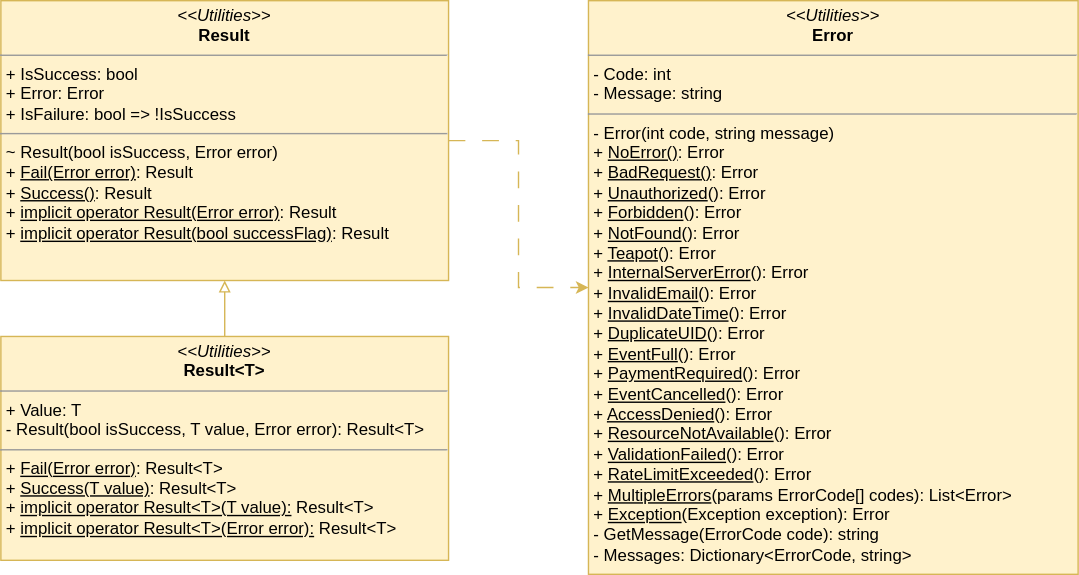
This is Docs/Assignment3/Domain_model_Operation_Result.svg from fonCki/ViaEventAssociation, a draw.io export, as it was before one commit. Source tidied: cells renumbered, new cells last; positions are measured from the earlier drawing's top-left corner, leaving out a move shared by most shapes. Its diagram source:
```xml
<mxGraphModel>
  <root>
    <mxCell id="0" />
    <mxCell id="1" parent="0" />
    <mxCell id="2" style="edgeStyle=orthogonalEdgeStyle;rounded=0;jettySize=auto;html=1;entryX=0;entryY=0.5;entryDx=0;entryDy=0;dashed=1;dashPattern=12 12;fillColor=#fff2cc;strokeColor=#d6b656;" parent="1" edge="1" source="3" target="4">
      <mxGeometry relative="1" as="geometry" />
    </mxCell>
    <mxCell id="3" value="&lt;p style=&quot;margin:0px;margin-top:4px;text-align:center;&quot;&gt;&lt;i&gt;&amp;lt;&amp;lt;Utilities&amp;gt;&amp;gt;&lt;/i&gt;&lt;br&gt;&lt;b&gt;Result&lt;/b&gt;&lt;/p&gt;&lt;hr size=&quot;1&quot;&gt;&lt;p style=&quot;margin:0px;margin-left:4px;&quot;&gt;+ IsSuccess: bool&lt;/p&gt;&lt;p style=&quot;margin:0px;margin-left:4px;&quot;&gt;+ Error: Error&lt;/p&gt;&lt;p style=&quot;margin:0px;margin-left:4px;&quot;&gt;+ IsFailure: bool =&amp;gt; !IsSuccess&lt;span style=&quot;background-color: initial;&quot;&gt;&amp;nbsp; &amp;nbsp; &amp;nbsp;&lt;/span&gt;&lt;/p&gt;&lt;hr size=&quot;1&quot;&gt;&lt;p style=&quot;margin:0px;margin-left:4px;&quot;&gt;~ Result(bool isSuccess, Error error)&lt;/p&gt;&lt;p style=&quot;margin:0px;margin-left:4px;&quot;&gt;+ &lt;u&gt;Fail(Error error)&lt;/u&gt;: Result&lt;/p&gt;&lt;p style=&quot;margin:0px;margin-left:4px;&quot;&gt;+ &lt;u&gt;Success()&lt;/u&gt;: Result&lt;/p&gt;&lt;p style=&quot;margin:0px;margin-left:4px;&quot;&gt;+ &lt;u&gt;implicit operator Result(Error error)&lt;/u&gt;: Result&lt;/p&gt;&lt;p style=&quot;margin:0px;margin-left:4px;&quot;&gt;+ &lt;u&gt;implicit operator Result(bool successFlag)&lt;/u&gt;: Result&lt;/p&gt;" style="verticalAlign=top;align=left;overflow=fill;html=1;whiteSpace=wrap;fillColor=#fff2cc;strokeColor=#d6b656;" parent="1" vertex="1">
      <mxGeometry width="320" height="200" as="geometry" />
    </mxCell>
    <mxCell id="4" value="&lt;p style=&quot;margin:0px;margin-top:4px;text-align:center;&quot;&gt;&lt;i&gt;&amp;lt;&amp;lt;Utilities&amp;gt;&amp;gt;&lt;/i&gt;&lt;br&gt;&lt;b&gt;Error&lt;/b&gt;&lt;/p&gt;&lt;hr size=&quot;1&quot;&gt;&lt;p style=&quot;margin:0px;margin-left:4px;&quot;&gt;- Code: int&amp;nbsp; &amp;nbsp; &amp;nbsp; &amp;nbsp; &amp;nbsp; &amp;nbsp; &amp;nbsp; &amp;nbsp; &amp;nbsp; &amp;nbsp; &amp;nbsp; &amp;nbsp; &amp;nbsp; &amp;nbsp; &amp;nbsp; &amp;nbsp; &amp;nbsp; &amp;nbsp;&lt;/p&gt;&lt;p style=&quot;margin:0px;margin-left:4px;&quot;&gt;- Message: string&amp;nbsp; &amp;nbsp; &amp;nbsp;&lt;/p&gt;&lt;hr size=&quot;1&quot;&gt;&lt;p style=&quot;margin:0px;margin-left:4px;&quot;&gt;- Error(int code, string message)&lt;br&gt;&lt;/p&gt;&lt;p style=&quot;margin:0px;margin-left:4px;&quot;&gt;+ &lt;u&gt;NoError()&lt;/u&gt;: Error&lt;/p&gt;&lt;p style=&quot;margin:0px;margin-left:4px;&quot;&gt;+ &lt;u&gt;BadRequest()&lt;/u&gt;: Error&lt;/p&gt;&lt;p style=&quot;margin:0px;margin-left:4px;&quot;&gt;+ &lt;u&gt;Unauthorized&lt;/u&gt;(): Error&lt;/p&gt;&lt;p style=&quot;margin:0px;margin-left:4px;&quot;&gt;+ &lt;u&gt;Forbidden&lt;/u&gt;(): Error&lt;/p&gt;&lt;p style=&quot;margin:0px;margin-left:4px;&quot;&gt;+ &lt;u&gt;NotFound&lt;/u&gt;(): Error&lt;/p&gt;&lt;p style=&quot;margin:0px;margin-left:4px;&quot;&gt;+ &lt;u&gt;Teapot&lt;/u&gt;(): Error&lt;/p&gt;&lt;p style=&quot;margin:0px;margin-left:4px;&quot;&gt;+ &lt;u&gt;InternalServerError&lt;/u&gt;(): Error&lt;/p&gt;&lt;p style=&quot;margin:0px;margin-left:4px;&quot;&gt;+ &lt;u&gt;InvalidEmail&lt;/u&gt;(): Error&lt;/p&gt;&lt;p style=&quot;margin:0px;margin-left:4px;&quot;&gt;+ &lt;u&gt;InvalidDateTime&lt;/u&gt;(): Error&lt;/p&gt;&lt;p style=&quot;margin:0px;margin-left:4px;&quot;&gt;+ &lt;u&gt;DuplicateUID&lt;/u&gt;(): Error&lt;/p&gt;&lt;p style=&quot;margin:0px;margin-left:4px;&quot;&gt;+ &lt;u&gt;EventFull&lt;/u&gt;(): Error&lt;/p&gt;&lt;p style=&quot;margin:0px;margin-left:4px;&quot;&gt;+ &lt;u&gt;PaymentRequired&lt;/u&gt;(): Error&lt;/p&gt;&lt;p style=&quot;margin:0px;margin-left:4px;&quot;&gt;+ &lt;u&gt;EventCancelled&lt;/u&gt;(): Error&lt;/p&gt;&lt;p style=&quot;margin:0px;margin-left:4px;&quot;&gt;+ &lt;u&gt;AccessDenied&lt;/u&gt;(): Error&lt;/p&gt;&lt;p style=&quot;margin:0px;margin-left:4px;&quot;&gt;+ &lt;u&gt;ResourceNotAvailable&lt;/u&gt;(): Error&lt;/p&gt;&lt;p style=&quot;margin:0px;margin-left:4px;&quot;&gt;+ &lt;u&gt;ValidationFailed&lt;/u&gt;(): Error&lt;/p&gt;&lt;p style=&quot;margin:0px;margin-left:4px;&quot;&gt;+ &lt;u&gt;RateLimitExceeded&lt;/u&gt;(): Error&lt;/p&gt;&lt;p style=&quot;margin:0px;margin-left:4px;&quot;&gt;+ &lt;u&gt;MultipleErrors&lt;/u&gt;(params ErrorCode[] codes): List&amp;lt;Error&amp;gt;&lt;/p&gt;&lt;p style=&quot;margin:0px;margin-left:4px;&quot;&gt;+ &lt;u&gt;Exception&lt;/u&gt;(Exception exception): Error&lt;/p&gt;&lt;p style=&quot;margin:0px;margin-left:4px;&quot;&gt;- GetMessage(ErrorCode code): string&lt;/p&gt;&lt;p style=&quot;margin:0px;margin-left:4px;&quot;&gt;- Messages: Dictionary&amp;lt;ErrorCode, string&amp;gt;&lt;/p&gt;&lt;div&gt;&lt;br&gt;&lt;/div&gt;&lt;div&gt;&lt;br&gt;&lt;/div&gt;" style="verticalAlign=top;align=left;overflow=fill;html=1;whiteSpace=wrap;fillColor=#fff2cc;strokeColor=#d6b656;" parent="1" vertex="1">
      <mxGeometry x="420" width="350" height="410" as="geometry" />
    </mxCell>
    <mxCell id="5" style="edgeStyle=orthogonalEdgeStyle;rounded=0;jettySize=auto;html=1;endArrow=block;endFill=0;fillColor=#fff2cc;strokeColor=#d6b656;" parent="1" edge="1" source="6" target="3">
      <mxGeometry relative="1" as="geometry" />
    </mxCell>
    <mxCell id="6" value="&lt;p style=&quot;margin:0px;margin-top:4px;text-align:center;&quot;&gt;&lt;i style=&quot;border-color: var(--border-color);&quot;&gt;&amp;lt;&amp;lt;Utilities&amp;gt;&amp;gt;&lt;/i&gt;&lt;br&gt;&lt;b&gt;Result&amp;lt;T&amp;gt;&lt;/b&gt;&lt;/p&gt;&lt;hr size=&quot;1&quot;&gt;&lt;p style=&quot;margin:0px;margin-left:4px;&quot;&gt;+ Value: T&lt;/p&gt;&lt;p style=&quot;margin:0px;margin-left:4px;&quot;&gt;- Result(bool isSuccess, T value, Error error): Result&amp;lt;T&amp;gt;&lt;/p&gt;&lt;hr size=&quot;1&quot;&gt;&lt;p style=&quot;margin:0px;margin-left:4px;&quot;&gt;+ &lt;u&gt;Fail(Error error)&lt;/u&gt;: Result&amp;lt;T&amp;gt;&lt;/p&gt;&lt;p style=&quot;margin:0px;margin-left:4px;&quot;&gt;+ &lt;u&gt;Success(T value)&lt;/u&gt;: Result&amp;lt;T&amp;gt;&lt;/p&gt;&lt;p style=&quot;margin:0px;margin-left:4px;&quot;&gt;+ &lt;u&gt;implicit operator Result&amp;lt;T&amp;gt;(T value):&lt;/u&gt; Result&amp;lt;T&amp;gt;&lt;/p&gt;&lt;p style=&quot;margin:0px;margin-left:4px;&quot;&gt;+ &lt;u&gt;implicit operator Result&amp;lt;T&amp;gt;(Error error):&lt;/u&gt; Result&amp;lt;T&amp;gt;&lt;/p&gt;" style="verticalAlign=top;align=left;overflow=fill;html=1;whiteSpace=wrap;fillColor=#fff2cc;strokeColor=#d6b656;" parent="1" vertex="1">
      <mxGeometry y="240" width="320" height="160" as="geometry" />
    </mxCell>
  </root>
</mxGraphModel>
```
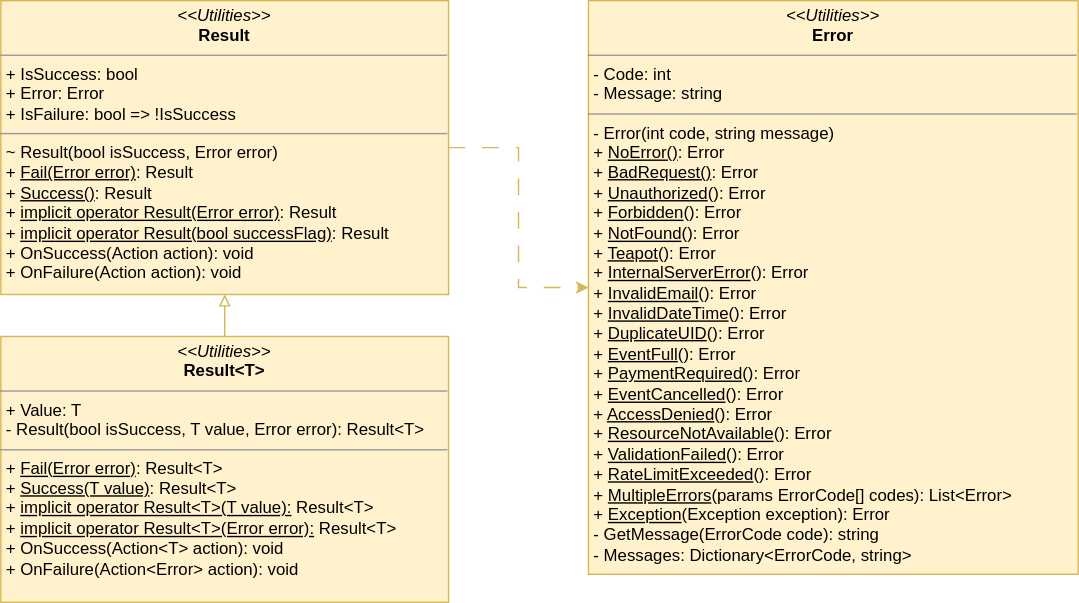
The same file after the commit.

Commit message:
Update test ID and domain model SVG file

The test ID in UnitTestSession configuration was rearranged for better structure. This could help with querying and managing tests. In addition, modifications were made to the Domain_model_Operation_Result SVG file under Assignment 3 docs, though the exact changes detail isn't evident from the diff.

Took 3 minutes

Diff of the diagram source:
```diff
@@ -5,8 +5,8 @@
     <mxCell id="2" style="edgeStyle=orthogonalEdgeStyle;rounded=0;jettySize=auto;html=1;entryX=0;entryY=0.5;entryDx=0;entryDy=0;dashed=1;dashPattern=12 12;fillColor=#fff2cc;strokeColor=#d6b656;" parent="1" edge="1" source="3" target="4">
       <mxGeometry relative="1" as="geometry" />
     </mxCell>
-    <mxCell id="3" value="&lt;p style=&quot;margin:0px;margin-top:4px;text-align:center;&quot;&gt;&lt;i&gt;&amp;lt;&amp;lt;Utilities&amp;gt;&amp;gt;&lt;/i&gt;&lt;br&gt;&lt;b&gt;Result&lt;/b&gt;&lt;/p&gt;&lt;hr size=&quot;1&quot;&gt;&lt;p style=&quot;margin:0px;margin-left:4px;&quot;&gt;+ IsSuccess: bool&lt;/p&gt;&lt;p style=&quot;margin:0px;margin-left:4px;&quot;&gt;+ Error: Error&lt;/p&gt;&lt;p style=&quot;margin:0px;margin-left:4px;&quot;&gt;+ IsFailure: bool =&amp;gt; !IsSuccess&lt;span style=&quot;background-color: initial;&quot;&gt;&amp;nbsp; &amp;nbsp; &amp;nbsp;&lt;/span&gt;&lt;/p&gt;&lt;hr size=&quot;1&quot;&gt;&lt;p style=&quot;margin:0px;margin-left:4px;&quot;&gt;~ Result(bool isSuccess, Error error)&lt;/p&gt;&lt;p style=&quot;margin:0px;margin-left:4px;&quot;&gt;+ &lt;u&gt;Fail(Error error)&lt;/u&gt;: Result&lt;/p&gt;&lt;p style=&quot;margin:0px;margin-left:4px;&quot;&gt;+ &lt;u&gt;Success()&lt;/u&gt;: Result&lt;/p&gt;&lt;p style=&quot;margin:0px;margin-left:4px;&quot;&gt;+ &lt;u&gt;implicit operator Result(Error error)&lt;/u&gt;: Result&lt;/p&gt;&lt;p style=&quot;margin:0px;margin-left:4px;&quot;&gt;+ &lt;u&gt;implicit operator Result(bool successFlag)&lt;/u&gt;: Result&lt;/p&gt;" style="verticalAlign=top;align=left;overflow=fill;html=1;whiteSpace=wrap;fillColor=#fff2cc;strokeColor=#d6b656;" parent="1" vertex="1">
-      <mxGeometry width="320" height="200" as="geometry" />
+    <mxCell id="3" value="&lt;p style=&quot;margin:0px;margin-top:4px;text-align:center;&quot;&gt;&lt;i&gt;&amp;lt;&amp;lt;Utilities&amp;gt;&amp;gt;&lt;/i&gt;&lt;br&gt;&lt;b&gt;Result&lt;/b&gt;&lt;/p&gt;&lt;hr size=&quot;1&quot;&gt;&lt;p style=&quot;margin:0px;margin-left:4px;&quot;&gt;+ IsSuccess: bool&lt;/p&gt;&lt;p style=&quot;margin:0px;margin-left:4px;&quot;&gt;+ Error: Error&lt;/p&gt;&lt;p style=&quot;margin:0px;margin-left:4px;&quot;&gt;+ IsFailure: bool =&amp;gt; !IsSuccess&lt;span style=&quot;background-color: initial;&quot;&gt;&amp;nbsp; &amp;nbsp; &amp;nbsp;&lt;/span&gt;&lt;/p&gt;&lt;hr size=&quot;1&quot;&gt;&lt;p style=&quot;margin:0px;margin-left:4px;&quot;&gt;~ Result(bool isSuccess, Error error)&lt;/p&gt;&lt;p style=&quot;margin:0px;margin-left:4px;&quot;&gt;+ &lt;u&gt;Fail(Error error)&lt;/u&gt;: Result&lt;/p&gt;&lt;p style=&quot;margin:0px;margin-left:4px;&quot;&gt;+ &lt;u&gt;Success()&lt;/u&gt;: Result&lt;/p&gt;&lt;p style=&quot;margin:0px;margin-left:4px;&quot;&gt;+ &lt;u&gt;implicit operator Result(Error error)&lt;/u&gt;: Result&lt;/p&gt;&lt;p style=&quot;margin:0px;margin-left:4px;&quot;&gt;+ &lt;u&gt;implicit operator Result(bool successFlag)&lt;/u&gt;: Result&lt;/p&gt;&lt;p style=&quot;margin:0px;margin-left:4px;&quot;&gt;+ OnSuccess(Action action): void&lt;/p&gt;&lt;p style=&quot;margin:0px;margin-left:4px;&quot;&gt;+ OnFailure(Action action): void&lt;/p&gt;" style="verticalAlign=top;align=left;overflow=fill;html=1;whiteSpace=wrap;fillColor=#fff2cc;strokeColor=#d6b656;" parent="1" vertex="1">
+      <mxGeometry width="320" height="210" as="geometry" />
     </mxCell>
     <mxCell id="4" value="&lt;p style=&quot;margin:0px;margin-top:4px;text-align:center;&quot;&gt;&lt;i&gt;&amp;lt;&amp;lt;Utilities&amp;gt;&amp;gt;&lt;/i&gt;&lt;br&gt;&lt;b&gt;Error&lt;/b&gt;&lt;/p&gt;&lt;hr size=&quot;1&quot;&gt;&lt;p style=&quot;margin:0px;margin-left:4px;&quot;&gt;- Code: int&amp;nbsp; &amp;nbsp; &amp;nbsp; &amp;nbsp; &amp;nbsp; &amp;nbsp; &amp;nbsp; &amp;nbsp; &amp;nbsp; &amp;nbsp; &amp;nbsp; &amp;nbsp; &amp;nbsp; &amp;nbsp; &amp;nbsp; &amp;nbsp; &amp;nbsp; &amp;nbsp;&lt;/p&gt;&lt;p style=&quot;margin:0px;margin-left:4px;&quot;&gt;- Message: string&amp;nbsp; &amp;nbsp; &amp;nbsp;&lt;/p&gt;&lt;hr size=&quot;1&quot;&gt;&lt;p style=&quot;margin:0px;margin-left:4px;&quot;&gt;- Error(int code, string message)&lt;br&gt;&lt;/p&gt;&lt;p style=&quot;margin:0px;margin-left:4px;&quot;&gt;+ &lt;u&gt;NoError()&lt;/u&gt;: Error&lt;/p&gt;&lt;p style=&quot;margin:0px;margin-left:4px;&quot;&gt;+ &lt;u&gt;BadRequest()&lt;/u&gt;: Error&lt;/p&gt;&lt;p style=&quot;margin:0px;margin-left:4px;&quot;&gt;+ &lt;u&gt;Unauthorized&lt;/u&gt;(): Error&lt;/p&gt;&lt;p style=&quot;margin:0px;margin-left:4px;&quot;&gt;+ &lt;u&gt;Forbidden&lt;/u&gt;(): Error&lt;/p&gt;&lt;p style=&quot;margin:0px;margin-left:4px;&quot;&gt;+ &lt;u&gt;NotFound&lt;/u&gt;(): Error&lt;/p&gt;&lt;p style=&quot;margin:0px;margin-left:4px;&quot;&gt;+ &lt;u&gt;Teapot&lt;/u&gt;(): Error&lt;/p&gt;&lt;p style=&quot;margin:0px;margin-left:4px;&quot;&gt;+ &lt;u&gt;InternalServerError&lt;/u&gt;(): Error&lt;/p&gt;&lt;p style=&quot;margin:0px;margin-left:4px;&quot;&gt;+ &lt;u&gt;InvalidEmail&lt;/u&gt;(): Error&lt;/p&gt;&lt;p style=&quot;margin:0px;margin-left:4px;&quot;&gt;+ &lt;u&gt;InvalidDateTime&lt;/u&gt;(): Error&lt;/p&gt;&lt;p style=&quot;margin:0px;margin-left:4px;&quot;&gt;+ &lt;u&gt;DuplicateUID&lt;/u&gt;(): Error&lt;/p&gt;&lt;p style=&quot;margin:0px;margin-left:4px;&quot;&gt;+ &lt;u&gt;EventFull&lt;/u&gt;(): Error&lt;/p&gt;&lt;p style=&quot;margin:0px;margin-left:4px;&quot;&gt;+ &lt;u&gt;PaymentRequired&lt;/u&gt;(): Error&lt;/p&gt;&lt;p style=&quot;margin:0px;margin-left:4px;&quot;&gt;+ &lt;u&gt;EventCancelled&lt;/u&gt;(): Error&lt;/p&gt;&lt;p style=&quot;margin:0px;margin-left:4px;&quot;&gt;+ &lt;u&gt;AccessDenied&lt;/u&gt;(): Error&lt;/p&gt;&lt;p style=&quot;margin:0px;margin-left:4px;&quot;&gt;+ &lt;u&gt;ResourceNotAvailable&lt;/u&gt;(): Error&lt;/p&gt;&lt;p style=&quot;margin:0px;margin-left:4px;&quot;&gt;+ &lt;u&gt;ValidationFailed&lt;/u&gt;(): Error&lt;/p&gt;&lt;p style=&quot;margin:0px;margin-left:4px;&quot;&gt;+ &lt;u&gt;RateLimitExceeded&lt;/u&gt;(): Error&lt;/p&gt;&lt;p style=&quot;margin:0px;margin-left:4px;&quot;&gt;+ &lt;u&gt;MultipleErrors&lt;/u&gt;(params ErrorCode[] codes): List&amp;lt;Error&amp;gt;&lt;/p&gt;&lt;p style=&quot;margin:0px;margin-left:4px;&quot;&gt;+ &lt;u&gt;Exception&lt;/u&gt;(Exception exception): Error&lt;/p&gt;&lt;p style=&quot;margin:0px;margin-left:4px;&quot;&gt;- GetMessage(ErrorCode code): string&lt;/p&gt;&lt;p style=&quot;margin:0px;margin-left:4px;&quot;&gt;- Messages: Dictionary&amp;lt;ErrorCode, string&amp;gt;&lt;/p&gt;&lt;div&gt;&lt;br&gt;&lt;/div&gt;&lt;div&gt;&lt;br&gt;&lt;/div&gt;" style="verticalAlign=top;align=left;overflow=fill;html=1;whiteSpace=wrap;fillColor=#fff2cc;strokeColor=#d6b656;" parent="1" vertex="1">
       <mxGeometry x="420" width="350" height="410" as="geometry" />
@@ -14,8 +14,8 @@
     <mxCell id="5" style="edgeStyle=orthogonalEdgeStyle;rounded=0;jettySize=auto;html=1;endArrow=block;endFill=0;fillColor=#fff2cc;strokeColor=#d6b656;" parent="1" edge="1" source="6" target="3">
       <mxGeometry relative="1" as="geometry" />
     </mxCell>
-    <mxCell id="6" value="&lt;p style=&quot;margin:0px;margin-top:4px;text-align:center;&quot;&gt;&lt;i style=&quot;border-color: var(--border-color);&quot;&gt;&amp;lt;&amp;lt;Utilities&amp;gt;&amp;gt;&lt;/i&gt;&lt;br&gt;&lt;b&gt;Result&amp;lt;T&amp;gt;&lt;/b&gt;&lt;/p&gt;&lt;hr size=&quot;1&quot;&gt;&lt;p style=&quot;margin:0px;margin-left:4px;&quot;&gt;+ Value: T&lt;/p&gt;&lt;p style=&quot;margin:0px;margin-left:4px;&quot;&gt;- Result(bool isSuccess, T value, Error error): Result&amp;lt;T&amp;gt;&lt;/p&gt;&lt;hr size=&quot;1&quot;&gt;&lt;p style=&quot;margin:0px;margin-left:4px;&quot;&gt;+ &lt;u&gt;Fail(Error error)&lt;/u&gt;: Result&amp;lt;T&amp;gt;&lt;/p&gt;&lt;p style=&quot;margin:0px;margin-left:4px;&quot;&gt;+ &lt;u&gt;Success(T value)&lt;/u&gt;: Result&amp;lt;T&amp;gt;&lt;/p&gt;&lt;p style=&quot;margin:0px;margin-left:4px;&quot;&gt;+ &lt;u&gt;implicit operator Result&amp;lt;T&amp;gt;(T value):&lt;/u&gt; Result&amp;lt;T&amp;gt;&lt;/p&gt;&lt;p style=&quot;margin:0px;margin-left:4px;&quot;&gt;+ &lt;u&gt;implicit operator Result&amp;lt;T&amp;gt;(Error error):&lt;/u&gt; Result&amp;lt;T&amp;gt;&lt;/p&gt;" style="verticalAlign=top;align=left;overflow=fill;html=1;whiteSpace=wrap;fillColor=#fff2cc;strokeColor=#d6b656;" parent="1" vertex="1">
-      <mxGeometry y="240" width="320" height="160" as="geometry" />
+    <mxCell id="6" value="&lt;p style=&quot;margin:0px;margin-top:4px;text-align:center;&quot;&gt;&lt;i style=&quot;border-color: var(--border-color);&quot;&gt;&amp;lt;&amp;lt;Utilities&amp;gt;&amp;gt;&lt;/i&gt;&lt;br&gt;&lt;b&gt;Result&amp;lt;T&amp;gt;&lt;/b&gt;&lt;/p&gt;&lt;hr size=&quot;1&quot;&gt;&lt;p style=&quot;margin:0px;margin-left:4px;&quot;&gt;+ Value: T&lt;/p&gt;&lt;p style=&quot;margin:0px;margin-left:4px;&quot;&gt;- Result(bool isSuccess, T value, Error error): Result&amp;lt;T&amp;gt;&lt;/p&gt;&lt;hr size=&quot;1&quot;&gt;&lt;p style=&quot;margin:0px;margin-left:4px;&quot;&gt;+ &lt;u&gt;Fail(Error error)&lt;/u&gt;: Result&amp;lt;T&amp;gt;&lt;/p&gt;&lt;p style=&quot;margin:0px;margin-left:4px;&quot;&gt;+ &lt;u&gt;Success(T value)&lt;/u&gt;: Result&amp;lt;T&amp;gt;&lt;/p&gt;&lt;p style=&quot;margin:0px;margin-left:4px;&quot;&gt;+ &lt;u&gt;implicit operator Result&amp;lt;T&amp;gt;(T value):&lt;/u&gt; Result&amp;lt;T&amp;gt;&lt;/p&gt;&lt;p style=&quot;margin:0px;margin-left:4px;&quot;&gt;+ &lt;u&gt;implicit operator Result&amp;lt;T&amp;gt;(Error error):&lt;/u&gt; Result&amp;lt;T&amp;gt;&lt;/p&gt;&lt;p style=&quot;border-color: var(--border-color); margin: 0px 0px 0px 4px;&quot;&gt;+ OnSuccess(Action&amp;lt;T&amp;gt; action): void&lt;/p&gt;&lt;p style=&quot;border-color: var(--border-color); margin: 0px 0px 0px 4px;&quot;&gt;+ OnFailure(Action&amp;lt;Error&amp;gt; action): void&lt;/p&gt;&lt;p style=&quot;margin:0px;margin-left:4px;&quot;&gt;&lt;br&gt;&lt;/p&gt;" style="verticalAlign=top;align=left;overflow=fill;html=1;whiteSpace=wrap;fillColor=#fff2cc;strokeColor=#d6b656;" parent="1" vertex="1">
+      <mxGeometry y="240" width="320" height="190" as="geometry" />
     </mxCell>
   </root>
 </mxGraphModel>
```
